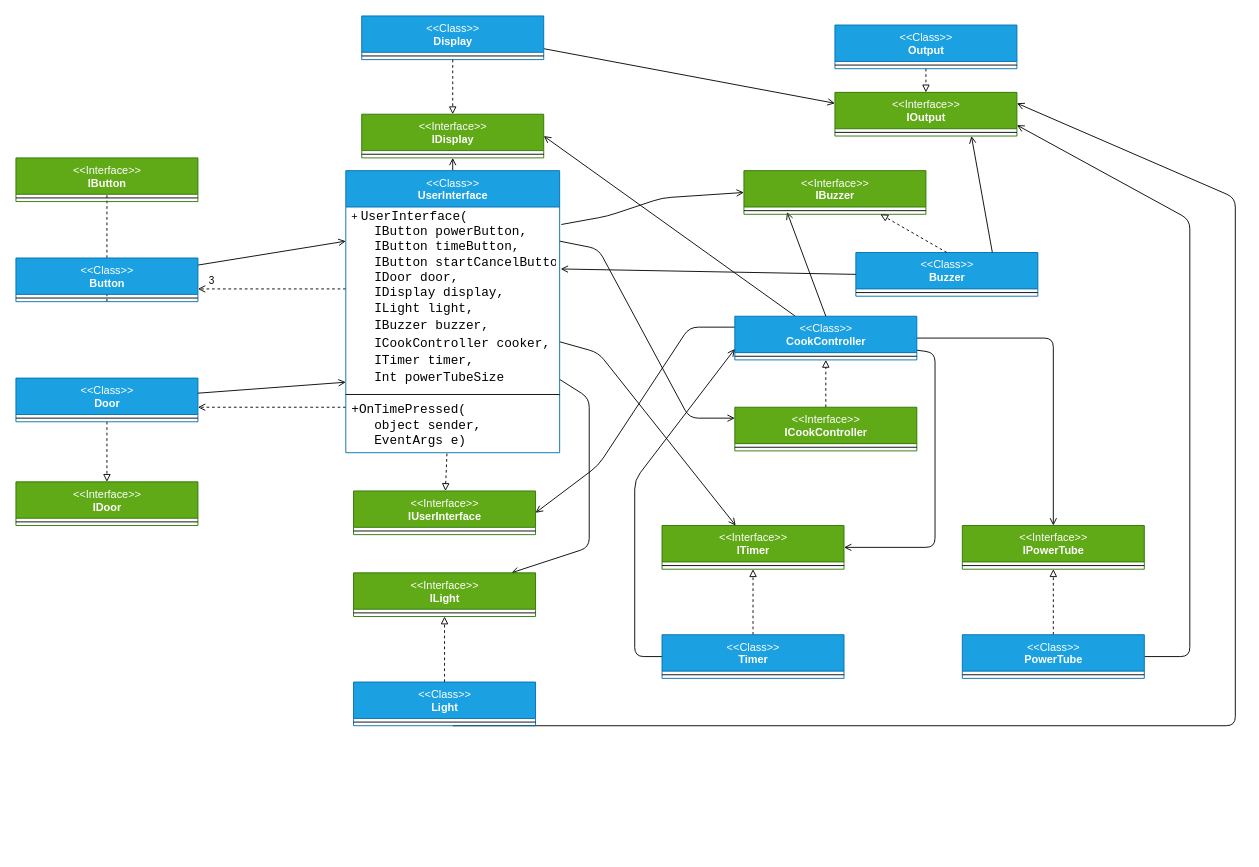
The draw.io diagram docs/figs/classDiagram.drawio in bedstitest/handin03_MicrowaveOven, before the edit. Source tidied: cells renumbered, new cells numbered last; positions are measured from the earlier drawing's top-left corner, leaving out a move shared by most shapes. Both pictures are drawn from the tidied source at 91%, with x=0, y=0 at pixel (15, 15).
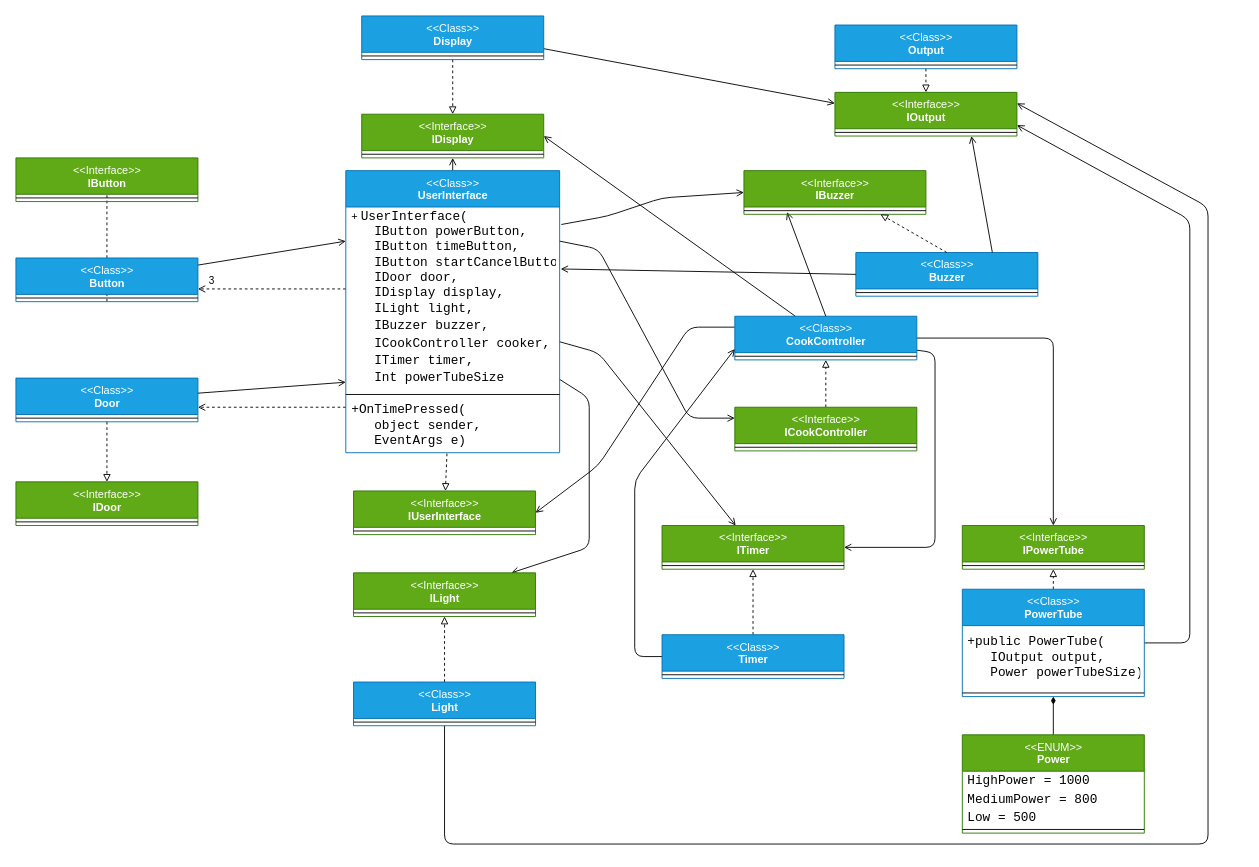
The same page after the edit.

The change refers to these unchanged cells:
```xml
<mxCell id="26" value="&amp;lt;&amp;lt;Class&amp;gt;&amp;gt;&lt;br&gt;&lt;b&gt;Light&lt;/b&gt;" style="swimlane;fontStyle=0;align=center;verticalAlign=top;horizontal=1;startSize=40;html=1;fillColor=#1ba1e2;fontColor=#ffffff;strokeColor=#006EAF;" parent="1" vertex="1">
  <mxGeometry x="371" y="732" width="200" height="48" as="geometry" />
</mxCell>
<mxCell id="52" value="&amp;lt;&amp;lt;Interface&amp;gt;&amp;gt;&lt;br&gt;&lt;b&gt;IOutput&lt;/b&gt;" style="swimlane;fontStyle=0;align=center;verticalAlign=top;horizontal=1;startSize=40;html=1;fillColor=#60a917;fontColor=#ffffff;strokeColor=#2D7600;" parent="1" vertex="1">
  <mxGeometry x="900" y="84" width="200" height="48" as="geometry" />
</mxCell>
```

Diff of the diagram source:
```diff
@@
     <mxCell id="24" style="edgeStyle=none;html=1;endArrow=open;endFill=0;entryX=1;entryY=0.25;entryDx=0;entryDy=0;" parent="1" edge="1" source="26" target="52">
       <mxGeometry relative="1" as="geometry">
         <Array as="points">
-          <mxPoint x="480" y="780" />
-          <mxPoint x="1340" y="780" />
-          <mxPoint x="1340" y="200" />
+          <mxPoint x="471" y="910" />
+          <mxPoint x="1310" y="910" />
+          <mxPoint x="1310" y="210" />
         </Array>
       </mxGeometry>
     </mxCell>
@@
     <mxCell id="41" style="edgeStyle=none;html=1;endArrow=open;endFill=0;entryX=1;entryY=0.75;entryDx=0;entryDy=0;" parent="1" edge="1" source="43" target="52">
       <mxGeometry relative="1" as="geometry">
         <Array as="points">
-          <mxPoint x="1290" y="704" />
+          <mxPoint x="1290" y="689" />
           <mxPoint x="1290" y="224" />
         </Array>
       </mxGeometry>
     </mxCell>
@@
     <mxCell id="43" value="&amp;lt;&amp;lt;Class&amp;gt;&amp;gt;&lt;br&gt;&lt;b&gt;PowerTube&lt;/b&gt;" style="swimlane;fontStyle=0;align=center;verticalAlign=top;horizontal=1;startSize=40;html=1;fillColor=#1ba1e2;fontColor=#ffffff;strokeColor=#006EAF;" parent="1" vertex="1">
-      <mxGeometry x="1040" y="680" width="200" height="48" as="geometry" />
+      <mxGeometry x="1040" y="630" width="200" height="118" as="geometry" />
     </mxCell>
+    <mxCell id="76" value="&lt;font face=&quot;consolas, courier new, monospace&quot;&gt;&lt;span style=&quot;font-size: 14px&quot;&gt;+public PowerTube(&lt;br&gt;&amp;nbsp; &amp;nbsp;IOutput output, &lt;br&gt;&amp;nbsp; &amp;nbsp;Power powerTubeSize)&lt;/span&gt;&lt;/font&gt;" style="text;html=1;strokeColor=none;fillColor=none;align=left;verticalAlign=middle;spacingLeft=4;spacingRight=4;overflow=hidden;" parent="43" vertex="1">
+      <mxGeometry y="40" width="200" height="70" as="geometry" />
+    </mxCell>
     <mxCell id="44" style="line;strokeWidth=1;fillColor=none;align=left;verticalAlign=middle;spacingTop=-1;spacingLeft=3;spacingRight=3;labelPosition=right;" parent="43" vertex="1">
-      <mxGeometry y="40" width="200" height="8" as="geometry" />
+      <mxGeometry y="110" width="200" height="8" as="geometry" />
     </mxCell>
@@
+    <mxCell id="77" style="edgeStyle=none;html=1;exitX=0.5;exitY=0;exitDx=0;exitDy=0;entryX=0.5;entryY=1;entryDx=0;entryDy=0;endArrow=diamondThin;endFill=1;" parent="1" edge="1" source="78" target="43">
+      <mxGeometry relative="1" as="geometry" />
+    </mxCell>
+    <mxCell id="78" value="&amp;lt;&amp;lt;ENUM&amp;gt;&amp;gt;&lt;br&gt;&lt;b&gt;Power&lt;/b&gt;" style="swimlane;fontStyle=0;align=center;verticalAlign=top;horizontal=1;startSize=40;html=1;fillColor=#60a917;fontColor=#ffffff;strokeColor=#2D7600;" parent="1" vertex="1">
+      <mxGeometry x="1040" y="790" width="200" height="108" as="geometry" />
+    </mxCell>
+    <mxCell id="79" value="&lt;font face=&quot;consolas, courier new, monospace&quot;&gt;&lt;span style=&quot;font-size: 14px&quot;&gt;HighPower = 1000&lt;/span&gt;&lt;/font&gt;" style="text;html=1;strokeColor=none;fillColor=none;align=left;verticalAlign=middle;spacingLeft=4;spacingRight=4;overflow=hidden;" parent="78" vertex="1">
+      <mxGeometry y="40" width="200" height="20" as="geometry" />
+    </mxCell>
+    <mxCell id="80" value="&lt;font face=&quot;consolas, courier new, monospace&quot;&gt;&lt;span style=&quot;font-size: 14px&quot;&gt;MediumPower = 800&lt;/span&gt;&lt;/font&gt;" style="text;html=1;strokeColor=none;fillColor=none;align=left;verticalAlign=middle;spacingLeft=4;spacingRight=4;overflow=hidden;" parent="78" vertex="1">
+      <mxGeometry y="60" width="200" height="20" as="geometry" />
+    </mxCell>
+    <mxCell id="81" value="&lt;font face=&quot;consolas, courier new, monospace&quot;&gt;&lt;span style=&quot;font-size: 14px&quot;&gt;Low = 500&lt;/span&gt;&lt;/font&gt;" style="text;html=1;strokeColor=none;fillColor=none;align=left;verticalAlign=middle;spacingLeft=4;spacingRight=4;overflow=hidden;" parent="78" vertex="1">
+      <mxGeometry y="80" width="200" height="20" as="geometry" />
+    </mxCell>
+    <mxCell id="82" style="line;strokeWidth=1;fillColor=none;align=left;verticalAlign=middle;spacingTop=-1;spacingLeft=3;spacingRight=3;labelPosition=right;" parent="78" vertex="1">
+      <mxGeometry y="100" width="200" height="8" as="geometry" />
+    </mxCell>
```
